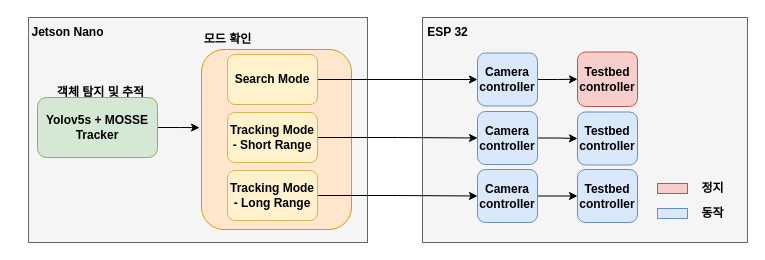
sonmyungwon/Software-Development keeps this draw.io diagram as system.drawio. Above is the earlier version. Source tidied: cells renumbered, new cells numbered last; positions are measured from the earlier drawing's top-left corner, leaving out a move shared by most shapes. Both pictures are drawn from the tidied source at 100%, with x=0, y=0 at pixel (17, 17).
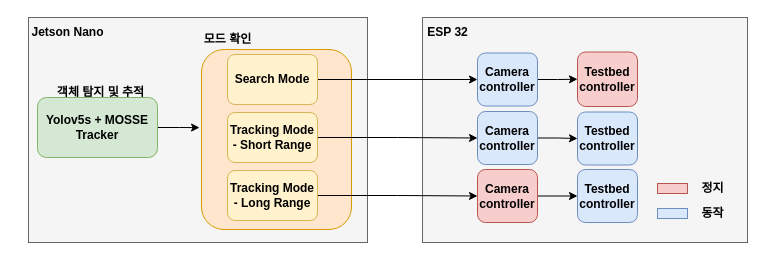
The same diagram, later.

Diff of the diagram source:
```diff
@@
-    <mxCell id="28" value="Camera&lt;br&gt;controller" style="rounded=1;whiteSpace=wrap;html=1;fillColor=#dae8fc;strokeColor=#6c8ebf;fontStyle=1;" parent="1" vertex="1">
+    <mxCell id="28" value="Camera&lt;br&gt;controller" style="rounded=1;whiteSpace=wrap;html=1;fillColor=#f8cecc;strokeColor=#b85450;fontStyle=1;" parent="1" vertex="1">
       <mxGeometry x="460" y="152" width="60" height="53" as="geometry" />
     </mxCell>
```
